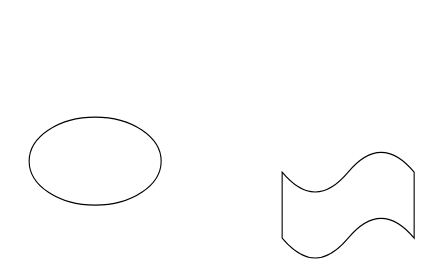
Earlier version of the draw.io diagram 未命名绘图.drawio (xiaqijian/demo-xia). Source tidied: cells renumbered, new cells numbered last; positions are measured from the earlier drawing's top-left corner, leaving out a move shared by most shapes. Both pictures are drawn from the tidied source at 110%, with x=0, y=0 at pixel (29, 117).
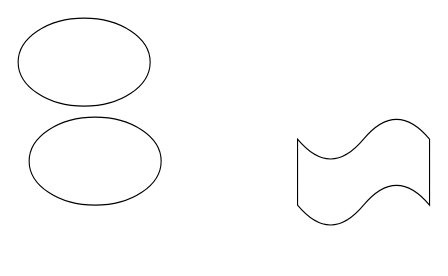
The same diagram, later.

Commit message (it also covers changes not shown here):
更新未命名绘图.drawio

The edit, as a diff of the source:
```diff
@@
 <mxGraphModel>
   <root>
     <mxCell id="0" />
     <mxCell id="1" parent="0" />
     <mxCell id="2" style="ellipse;whiteSpace=wrap;html=1;" parent="1" vertex="1">
       <mxGeometry width="120" height="80" as="geometry" />
     </mxCell>
     <mxCell id="3" style="shape=tape;whiteSpace=wrap;html=1;" parent="1" vertex="1">
-      <mxGeometry x="230" y="30" width="120" height="100" as="geometry" />
+      <mxGeometry x="244" width="120" height="100" as="geometry" />
     </mxCell>
+    <mxCell id="4" style="ellipse;whiteSpace=wrap;html=1;" parent="1" vertex="1">
+      <mxGeometry x="-10" y="-90" width="120" height="80" as="geometry" />
+    </mxCell>
   </root>
 </mxGraphModel>
```
